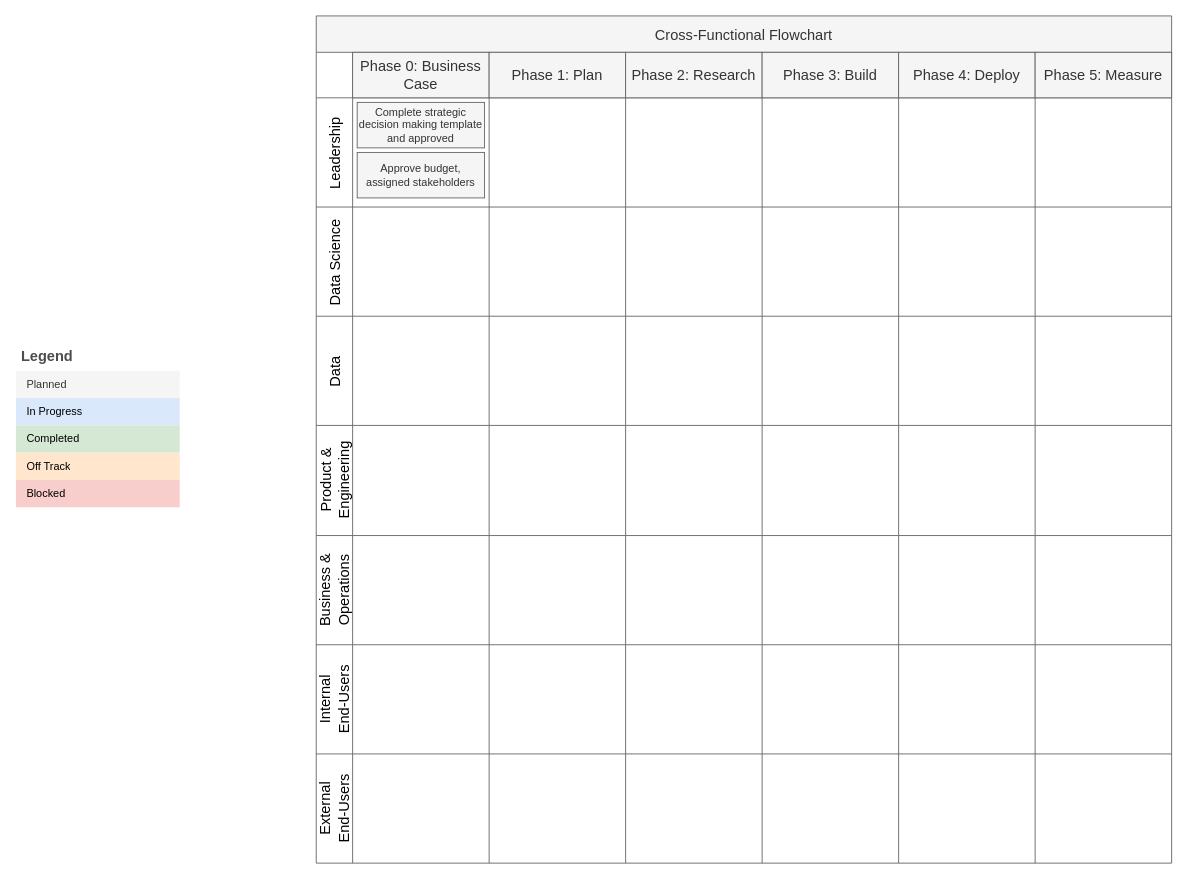
This is roadmap.drawio from Nasdanika-Templates/ai-roadmap, a draw.io file, before an edit. Source tidied: cells renumbered, new cells numbered last; positions are measured from the earlier drawing's top-left corner, leaving out a move shared by most shapes. Both pictures are drawn from the tidied source at 91%, with x=0, y=0 at pixel (15, 15).
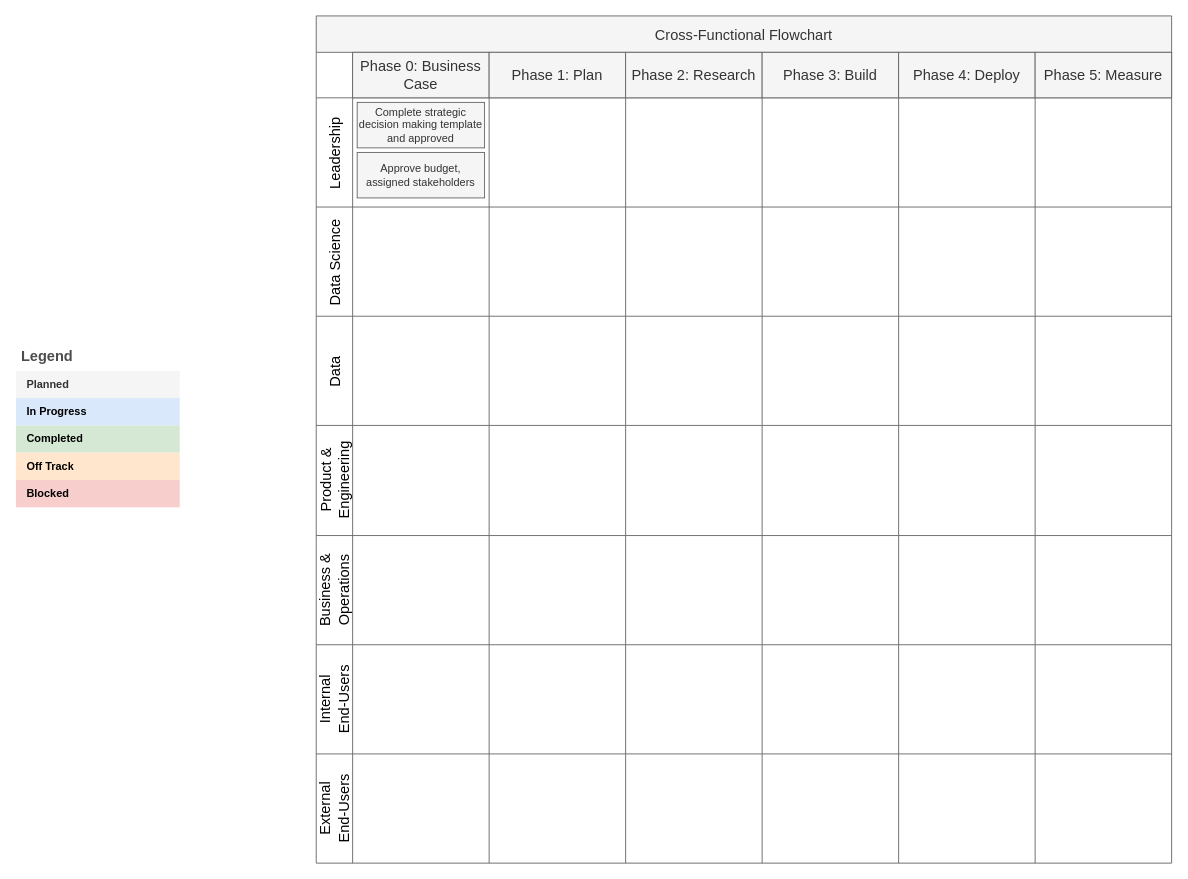
After the change.

Commit message:
Planned toggle

Unchanged cells that the change refers to:
```xml
<mxCell id="62" style="shape=tableRow;horizontal=0;startSize=0;swimlaneHead=0;swimlaneBody=0;strokeColor=inherit;top=0;left=0;bottom=0;right=0;fillColor=none;fontSize=12;" parent="61" vertex="1">
  <mxGeometry y="30" width="180" height="30" as="geometry" />
</mxCell>
<mxCell id="64" style="shape=tableRow;horizontal=0;startSize=0;swimlaneHead=0;swimlaneBody=0;strokeColor=inherit;top=0;left=0;bottom=0;right=0;fillColor=none;fontSize=12;" parent="61" vertex="1">
  <mxGeometry y="60" width="180" height="30" as="geometry" />
</mxCell>
<mxCell id="66" style="shape=tableRow;horizontal=0;startSize=0;swimlaneHead=0;swimlaneBody=0;strokeColor=inherit;top=0;left=0;bottom=0;right=0;fillColor=none;fontSize=12;" parent="61" vertex="1">
  <mxGeometry y="90" width="180" height="30" as="geometry" />
</mxCell>
<mxCell id="68" style="shape=tableRow;horizontal=0;startSize=0;swimlaneHead=0;swimlaneBody=0;strokeColor=inherit;top=0;left=0;bottom=0;right=0;fillColor=none;fontSize=12;" parent="61" vertex="1">
  <mxGeometry y="120" width="180" height="30" as="geometry" />
</mxCell>
<mxCell id="70" style="shape=tableRow;horizontal=0;startSize=0;swimlaneHead=0;swimlaneBody=0;strokeColor=inherit;top=0;left=0;bottom=0;right=0;fillColor=none;fontSize=12;" parent="61" vertex="1">
  <mxGeometry y="150" width="180" height="30" as="geometry" />
</mxCell>
```

The edit, as a diff of the source:
```diff
@@
-    <mxCell id="63" value="Planned" style="shape=partialRectangle;html=1;whiteSpace=wrap;strokeColor=#666666;overflow=hidden;fillColor=#f5f5f5;top=0;left=0;bottom=0;right=0;fontSize=12;align=left;fontColor=#333333;spacingLeft=10;spacingRight=4;" parent="62" vertex="1">
+    <mxCell id="63" value="Planned" style="shape=partialRectangle;html=1;whiteSpace=wrap;strokeColor=#666666;overflow=hidden;fillColor=#f5f5f5;top=0;left=0;bottom=0;right=0;fontSize=12;align=left;fontColor=#333333;spacingLeft=10;spacingRight=4;fontStyle=1;" parent="62" vertex="1">
       <mxGeometry width="180" height="30" as="geometry" />
     </mxCell>
@@
-    <mxCell id="65" value="In Progress" style="shape=partialRectangle;html=1;whiteSpace=wrap;strokeColor=#6c8ebf;overflow=hidden;fillColor=#dae8fc;top=0;left=0;bottom=0;right=0;fontSize=12;align=left;spacingLeft=10;spacingRight=4;" parent="64" vertex="1">
+    <mxCell id="65" value="In Progress" style="shape=partialRectangle;html=1;whiteSpace=wrap;strokeColor=#6c8ebf;overflow=hidden;fillColor=#dae8fc;top=0;left=0;bottom=0;right=0;fontSize=12;align=left;spacingLeft=10;spacingRight=4;fontStyle=1;" parent="64" vertex="1">
       <mxGeometry width="180" height="30" as="geometry" />
     </mxCell>
@@
-    <mxCell id="67" value="Completed" style="shape=partialRectangle;html=1;whiteSpace=wrap;strokeColor=#82b366;overflow=hidden;fillColor=#d5e8d4;top=0;left=0;bottom=0;right=0;fontSize=12;align=left;spacingLeft=10;spacingRight=4;" parent="66" vertex="1">
+    <mxCell id="67" value="Completed" style="shape=partialRectangle;html=1;whiteSpace=wrap;strokeColor=#82b366;overflow=hidden;fillColor=#d5e8d4;top=0;left=0;bottom=0;right=0;fontSize=12;align=left;spacingLeft=10;spacingRight=4;fontStyle=1;" parent="66" vertex="1">
       <mxGeometry width="180" height="30" as="geometry" />
     </mxCell>
@@
-    <mxCell id="69" value="Off Track" style="shape=partialRectangle;html=1;whiteSpace=wrap;strokeColor=#d79b00;overflow=hidden;fillColor=#ffe6cc;top=0;left=0;bottom=0;right=0;fontSize=12;align=left;spacingLeft=10;spacingRight=4;" parent="68" vertex="1">
+    <mxCell id="69" value="Off Track" style="shape=partialRectangle;html=1;whiteSpace=wrap;strokeColor=#d79b00;overflow=hidden;fillColor=#ffe6cc;top=0;left=0;bottom=0;right=0;fontSize=12;align=left;spacingLeft=10;spacingRight=4;fontStyle=1;" parent="68" vertex="1">
       <mxGeometry width="180" height="30" as="geometry" />
     </mxCell>
@@
-    <mxCell id="71" value="Blocked" style="shape=partialRectangle;html=1;whiteSpace=wrap;strokeColor=#b85450;overflow=hidden;fillColor=#f8cecc;top=0;left=0;bottom=0;right=0;fontSize=12;align=left;spacingLeft=10;spacingRight=4;" parent="70" vertex="1">
+    <mxCell id="71" value="Blocked" style="shape=partialRectangle;html=1;whiteSpace=wrap;strokeColor=#b85450;overflow=hidden;fillColor=#f8cecc;top=0;left=0;bottom=0;right=0;fontSize=12;align=left;spacingLeft=10;spacingRight=4;fontStyle=1;" parent="70" vertex="1">
       <mxGeometry width="180" height="30" as="geometry" />
     </mxCell>
```
